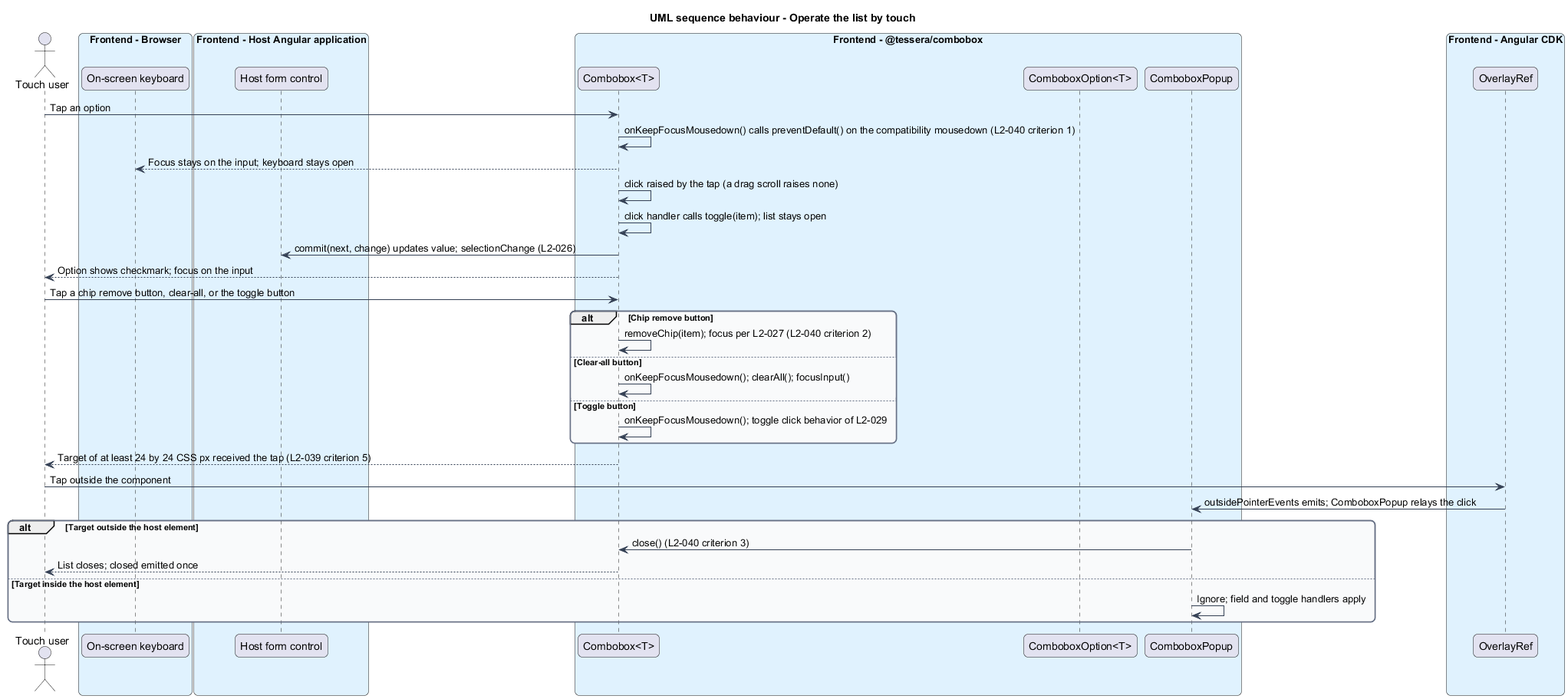
Above: docs/detailed-designs/combobox/present-accessibly/diagrams/sequence-touch.png in QuinntyneBrown/Tessera (PlantUML), before the change.
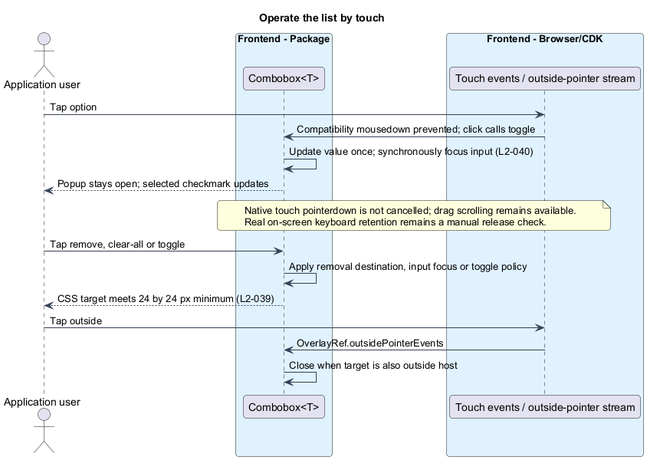
The same diagram one commit later.

Diff of the diagram source:
```diff
@@ -1,59 +1,36 @@
 @startuml
-title UML sequence behaviour - Operate the list by touch
 skinparam backgroundColor #FFFFFF
 skinparam shadowing false
-skinparam roundcorner 12
+skinparam roundcorner 8
 skinparam defaultFontName Arial
 skinparam ArrowColor #344054
-skinparam rectangle {
+skinparam class {
   BorderColor #344054
-  FontColor #101828
-}
-skinparam package {
-  BorderColor #667085
   FontColor #101828
   BackgroundColor #F9FAFB
 }
-actor "Touch user" as user
-box "Frontend - Browser" #E0F2FE
-  participant "On-screen keyboard" as keyboard
+title Operate the list by touch
+actor "Application user" as user
+box "Frontend - Package" #E0F2FE
+  participant "Combobox<T>" as cb
 end box
-box "Frontend - Host Angular application" #E0F2FE
-  participant "Host form control" as host
-end box
-box "Frontend - @tessera/combobox" #E0F2FE
-  participant "Combobox<T>" as combobox
-  participant "ComboboxOption<T>" as option
-  participant "ComboboxPopup" as popup
-end box
-box "Frontend - Angular CDK" #E0F2FE
-  participant "OverlayRef" as overlay
+box "Frontend - Browser/CDK" #E0F2FE
+  participant "Touch events / outside-pointer stream" as browser
 end box
 
-user -> combobox : Tap an option
-combobox -> combobox : onKeepFocusMousedown() calls preventDefault() on the compatibility mousedown (L2-040 criterion 1)
-combobox --> keyboard : Focus stays on the input; keyboard stays open
-combobox -> combobox : click raised by the tap (a drag scroll raises none)
-combobox -> combobox : click handler calls toggle(item); list stays open
-combobox -> host : commit(next, change) updates value; selectionChange (L2-026)
-combobox --> user : Option shows checkmark; focus on the input
 
-user -> combobox : Tap a chip remove button, clear-all, or the toggle button
-alt Chip remove button
-  combobox -> combobox : removeChip(item); focus per L2-027 (L2-040 criterion 2)
-else Clear-all button
-  combobox -> combobox : onKeepFocusMousedown(); clearAll(); focusInput()
-else Toggle button
-  combobox -> combobox : onKeepFocusMousedown(); toggle click behavior of L2-029
-end
-combobox --> user : Target of at least 24 by 24 CSS px received the tap (L2-039 criterion 5)
-
-user -> overlay : Tap outside the component
-overlay -> popup : outsidePointerEvents emits; ComboboxPopup relays the click
-alt Target outside the host element
-  popup -> combobox : close() (L2-040 criterion 3)
-  combobox --> user : List closes; closed emitted once
-else Target inside the host element
-  popup -> popup : Ignore; field and toggle handlers apply
-end
+user -> browser : Tap option
+browser -> cb : Compatibility mousedown prevented; click calls toggle
+cb -> cb : Update value once; synchronously focus input (L2-040)
+cb --> user : Popup stays open; selected checkmark updates
+note over cb, browser
+  Native touch pointerdown is not cancelled; drag scrolling remains available.
+  Real on-screen keyboard retention remains a manual release check.
+end note
+user -> cb : Tap remove, clear-all or toggle
+cb -> cb : Apply removal destination, input focus or toggle policy
+cb --> user : CSS target meets 24 by 24 px minimum (L2-039)
+user -> browser : Tap outside
+browser -> cb : OverlayRef.outsidePointerEvents
+cb -> cb : Close when target is also outside host
 @enduml
```
